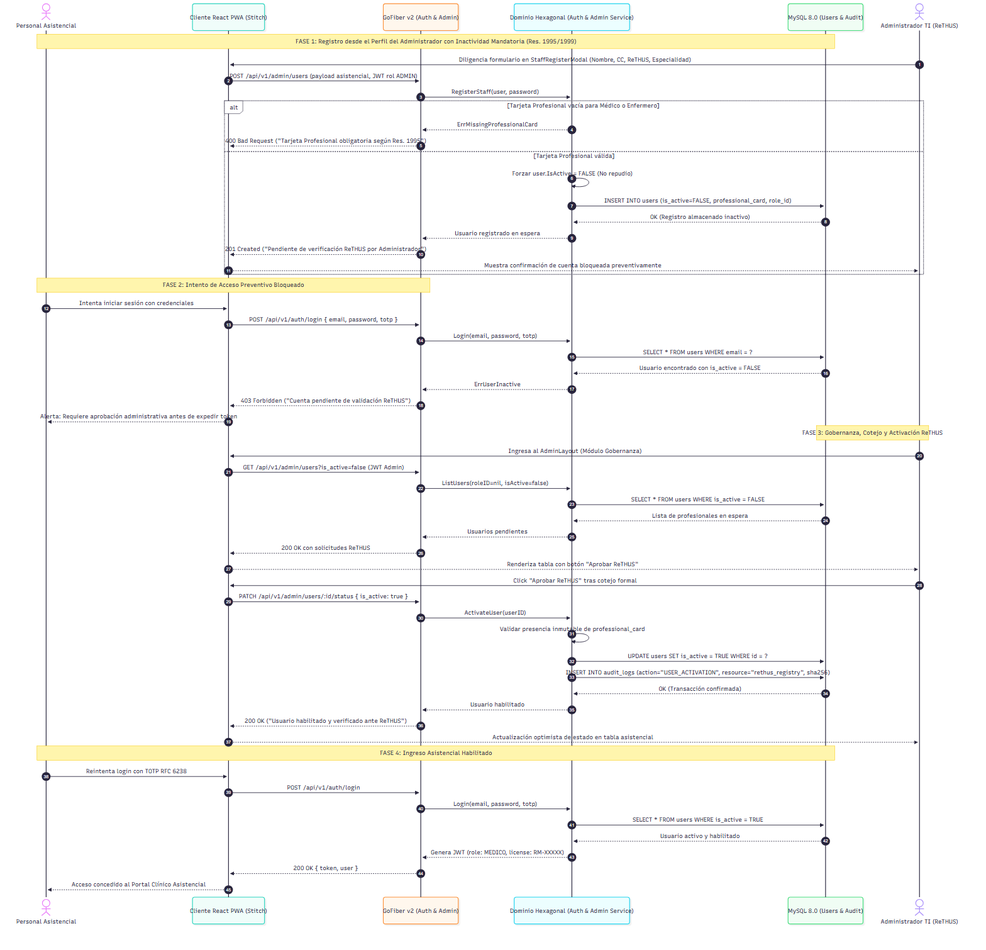
Before: docs/diagrams/09_secuencia_gobernanza_rethus.png, a diagram exported from Mermaid (ThiagoVelez/Proyecto_felipe). Its source is kept beside it as docs/diagrams/09_secuencia_gobernanza_rethus.mmd.
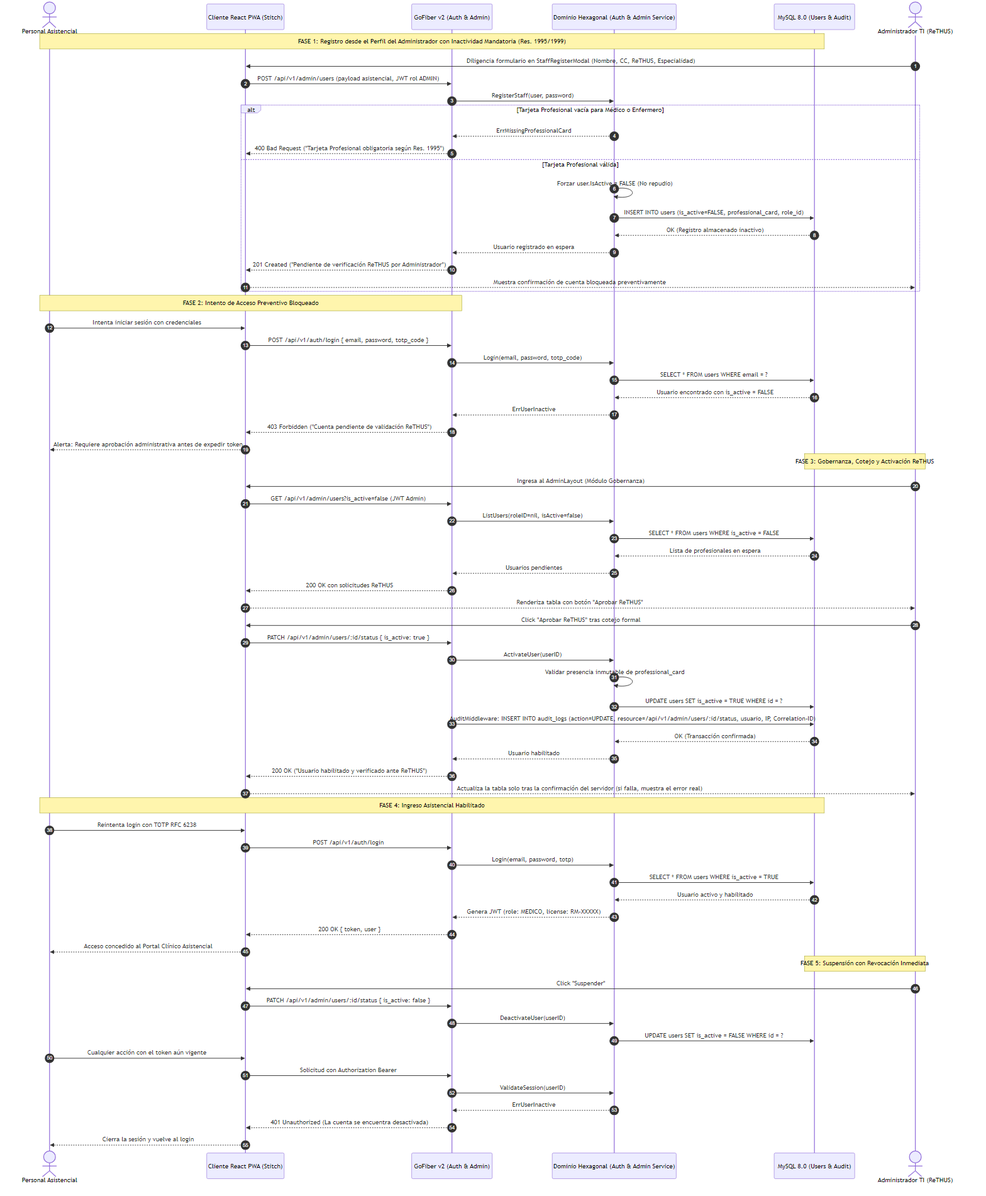
The same file after the commit.

The edit, as a diff of the source:
```diff
@@ -25,8 +25,8 @@
 
     Note over Personal,API: FASE 2: Intento de Acceso Preventivo Bloqueado
     Personal->>PWA: Intenta iniciar sesión con credenciales
-    PWA->>API: POST /api/v1/auth/login { email, password, totp }
-    API->>Core: Login(email, password, totp)
+    PWA->>API: POST /api/v1/auth/login { email, password, totp_code }
+    API->>Core: Login(email, password, totp_code)
     Core->>DB: SELECT * FROM users WHERE email = ?
     DB-->>Core: Usuario encontrado con is_active = FALSE
     Core-->>API: ErrUserInactive
@@ -48,11 +48,11 @@
     API->>Core: ActivateUser(userID)
     Core->>Core: Validar presencia inmutable de professional_card
     Core->>DB: UPDATE users SET is_active = TRUE WHERE id = ?
-    Core->>DB: INSERT INTO audit_logs (action="USER_ACTIVATION", resource="rethus_registry", sha256)
+    API->>DB: AuditMiddleware: INSERT INTO audit_logs (action=UPDATE, resource=/api/v1/admin/users/:id/status, usuario, IP, Correlation-ID)
     DB-->>Core: OK (Transacción confirmada)
     Core-->>API: Usuario habilitado
     API-->>PWA: 200 OK ("Usuario habilitado y verificado ante ReTHUS")
-    PWA-->>Admin: Actualización optimista de estado en tabla asistencial
+    PWA-->>Admin: Actualiza la tabla solo tras la confirmación del servidor (si falla, muestra el error real)
 
     Note over Personal,DB: FASE 4: Ingreso Asistencial Habilitado
     Personal->>PWA: Reintenta login con TOTP RFC 6238
@@ -63,3 +63,15 @@
     Core-->>API: Genera JWT (role: MEDICO, license: RM-XXXXX)
     API-->>PWA: 200 OK { token, user }
     PWA-->>Personal: Acceso concedido al Portal Clínico Asistencial
+
+    Note over Admin,DB: FASE 5: Suspensión con Revocación Inmediata
+    Admin->>PWA: Click "Suspender"
+    PWA->>API: PATCH /api/v1/admin/users/:id/status { is_active: false }
+    API->>Core: DeactivateUser(userID)
+    Core->>DB: UPDATE users SET is_active = FALSE WHERE id = ?
+    Personal->>PWA: Cualquier acción con el token aún vigente
+    PWA->>API: Solicitud con Authorization Bearer
+    API->>Core: ValidateSession(userID)
+    Core-->>API: ErrUserInactive
+    API-->>PWA: 401 Unauthorized (La cuenta se encuentra desactivada)
+    PWA-->>Personal: Cierra la sesión y vuelve al login
```
